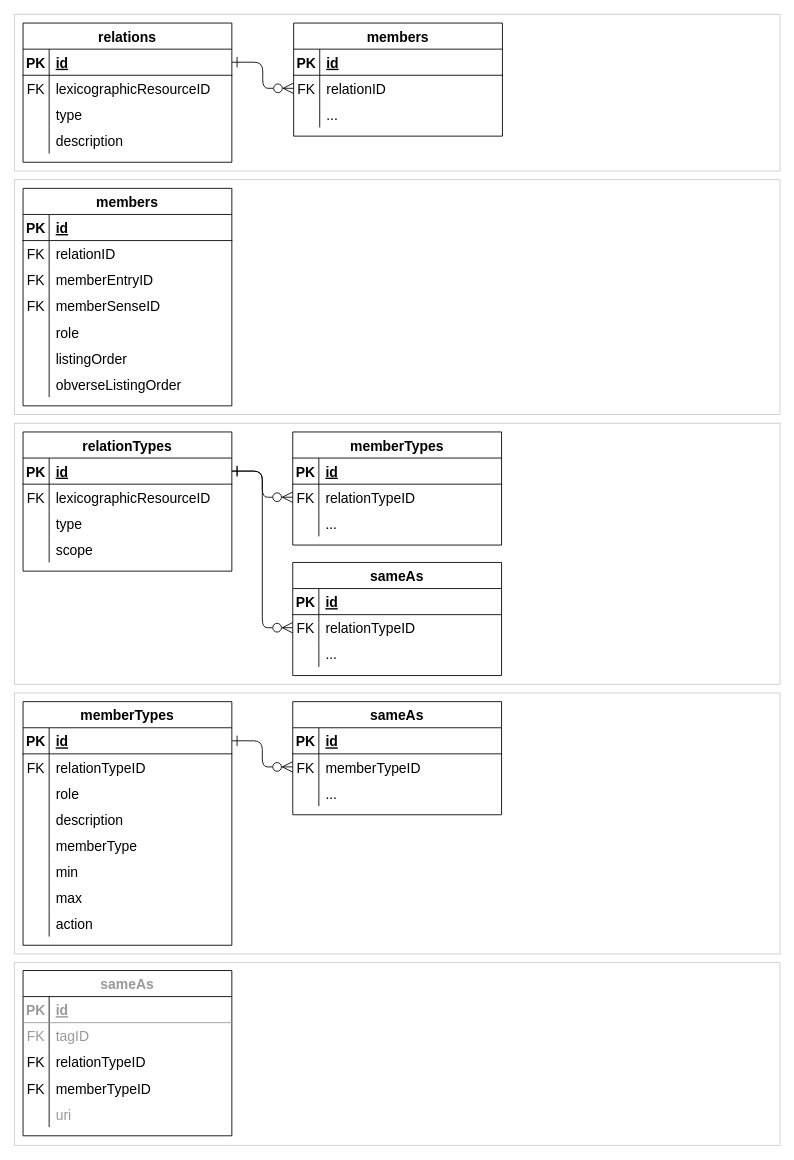
Earlier version of the draw.io diagram dmlex-v1.0/specification/modules/linking/databaseDiagrams/diagrams.drawio (oasis-tcs/lexidma). Source tidied: cells renumbered, new cells numbered last; positions are measured from the earlier drawing's top-left corner, leaving out a move shared by most shapes. Both pictures are drawn from the tidied source at 87%, with x=0, y=0 at pixel (14, 14).
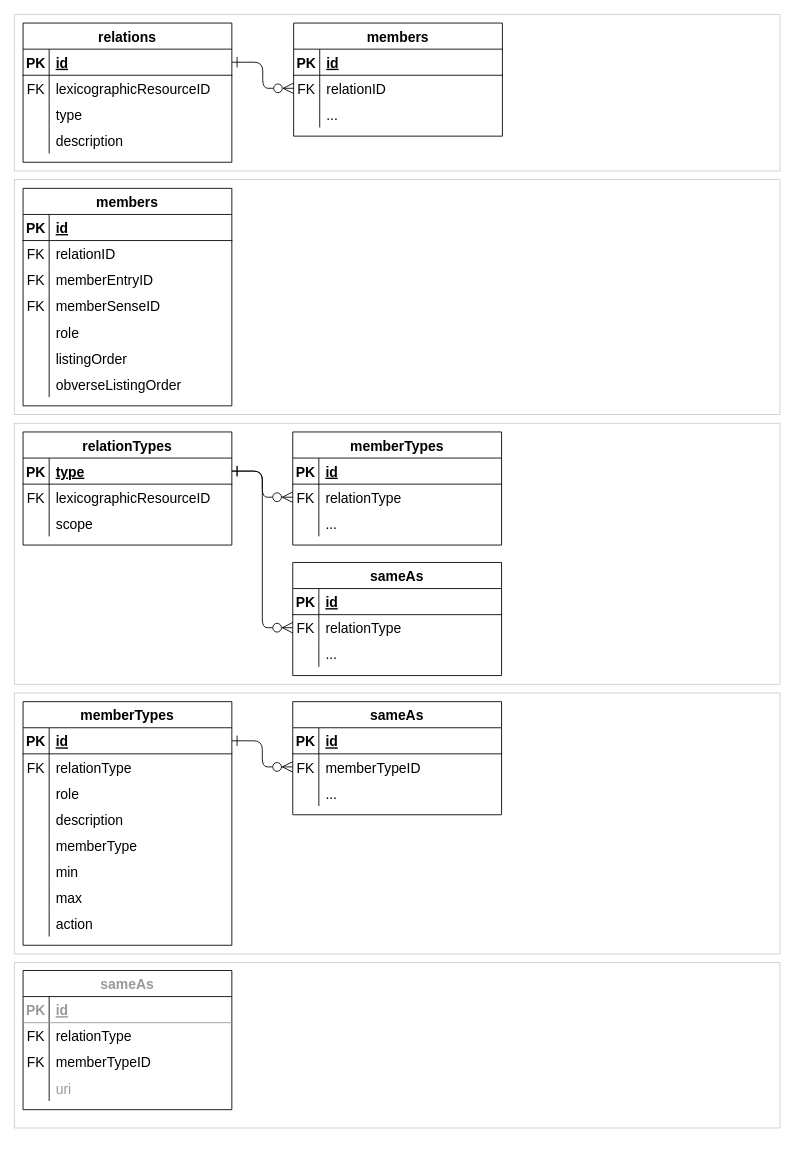
The same page after the edit.

Unchanged cells that the change refers to:
```xml
<mxCell id="53" style="shape=tableRow;horizontal=0;startSize=0;swimlaneHead=0;swimlaneBody=0;fillColor=none;points=[[0,0.5],[1,0.5]];portConstraint=eastwest;top=0;left=0;right=0;bottom=1;fontSize=16;" parent="52" vertex="1">
  <mxGeometry y="30" width="240" height="30" as="geometry" />
</mxCell>
<mxCell id="69" style="shape=tableRow;horizontal=0;startSize=0;swimlaneHead=0;swimlaneBody=0;fillColor=none;points=[[0,0.5],[1,0.5]];portConstraint=eastwest;top=0;left=0;right=0;bottom=0;fontSize=16;" parent="65" vertex="1">
  <mxGeometry y="60" width="240" height="30" as="geometry" />
</mxCell>
<mxCell id="80" style="shape=tableRow;horizontal=0;startSize=0;swimlaneHead=0;swimlaneBody=0;fillColor=none;points=[[0,0.5],[1,0.5]];portConstraint=eastwest;top=0;left=0;right=0;bottom=0;fontSize=16;" parent="76" vertex="1">
  <mxGeometry y="60" width="240" height="30" as="geometry" />
</mxCell>
<mxCell id="91" style="shape=tableRow;horizontal=0;startSize=0;swimlaneHead=0;swimlaneBody=0;fillColor=none;top=0;left=0;right=0;bottom=0;fontSize=16;" parent="87" vertex="1">
  <mxGeometry y="60" width="240" height="30" as="geometry" />
</mxCell>
```

Diff of the diagram source:
```diff
@@
     <mxCell id="52" value="relationTypes" style="shape=table;startSize=30;childLayout=tableLayout;rowLines=0;fontStyle=1;align=center;fontSize=16;" parent="1" vertex="1">
-      <mxGeometry x="10" y="480" width="240" height="160" as="geometry" />
+      <mxGeometry x="10" y="480" width="240" height="130" as="geometry" />
     </mxCell>
@@
-    <mxCell id="55" value="id" style="shape=partialRectangle;fillColor=none;top=0;left=0;bottom=0;right=0;align=left;spacingLeft=6;fontStyle=5;overflow=hidden;fontSize=16;" parent="53" vertex="1">
+    <mxCell id="55" value="type" style="shape=partialRectangle;fillColor=none;top=0;left=0;bottom=0;right=0;align=left;spacingLeft=6;fontStyle=5;overflow=hidden;fontSize=16;" parent="53" vertex="1">
       <mxGeometry x="30" width="210" height="30" as="geometry" />
     </mxCell>
@@
-    <mxCell id="59" style="shape=tableRow;horizontal=0;startSize=0;swimlaneHead=0;swimlaneBody=0;fillColor=none;top=0;left=0;right=0;bottom=0;fontSize=16;" parent="52" vertex="1">
-      <mxGeometry y="90" width="240" height="30" as="geometry" />
-    </mxCell>
-    <mxCell id="60" style="shape=partialRectangle;fillColor=none;top=0;left=0;bottom=0;right=0;overflow=hidden;fontSize=16;" parent="59" vertex="1">
-      <mxGeometry width="30" height="30" as="geometry" />
-    </mxCell>
-    <mxCell id="61" value="type" style="shape=partialRectangle;fillColor=none;top=0;left=0;bottom=0;right=0;align=left;spacingLeft=6;overflow=hidden;fontSize=16;" parent="59" vertex="1">
-      <mxGeometry x="30" width="210" height="30" as="geometry" />
-    </mxCell>
     <mxCell id="62" style="shape=tableRow;horizontal=0;startSize=0;swimlaneHead=0;swimlaneBody=0;fillColor=none;top=0;left=0;right=0;bottom=0;fontSize=16;" parent="52" vertex="1">
-      <mxGeometry y="120" width="240" height="30" as="geometry" />
+      <mxGeometry y="90" width="240" height="30" as="geometry" />
     </mxCell>
@@
-    <mxCell id="71" value="relationTypeID" style="shape=partialRectangle;fillColor=none;top=0;left=0;bottom=0;right=0;align=left;spacingLeft=6;overflow=hidden;fontSize=16;" parent="69" vertex="1">
+    <mxCell id="71" value="relationType" style="shape=partialRectangle;fillColor=none;top=0;left=0;bottom=0;right=0;align=left;spacingLeft=6;overflow=hidden;fontSize=16;" parent="69" vertex="1">
       <mxGeometry x="30" width="210" height="30" as="geometry" />
     </mxCell>
@@
-    <mxCell id="82" value="relationTypeID" style="shape=partialRectangle;fillColor=none;top=0;left=0;bottom=0;right=0;align=left;spacingLeft=6;overflow=hidden;fontSize=16;" parent="80" vertex="1">
+    <mxCell id="82" value="relationType" style="shape=partialRectangle;fillColor=none;top=0;left=0;bottom=0;right=0;align=left;spacingLeft=6;overflow=hidden;fontSize=16;" parent="80" vertex="1">
       <mxGeometry x="30" width="210" height="30" as="geometry" />
     </mxCell>
@@
-    <mxCell id="93" value="relationTypeID" style="shape=partialRectangle;fillColor=none;top=0;left=0;bottom=0;right=0;align=left;spacingLeft=6;overflow=hidden;fontSize=16;" parent="91" vertex="1">
+    <mxCell id="93" value="relationType" style="shape=partialRectangle;fillColor=none;top=0;left=0;bottom=0;right=0;align=left;spacingLeft=6;overflow=hidden;fontSize=16;" parent="91" vertex="1">
       <mxGeometry x="30" width="210" height="30" as="geometry" />
     </mxCell>
@@
     <mxCell id="123" style="rounded=0;whiteSpace=wrap;html=1;strokeColor=#CCCCCC;" parent="1" vertex="1">
-      <mxGeometry y="1090" width="880" height="210" as="geometry" />
+      <mxGeometry y="1090" width="880" height="190" as="geometry" />
     </mxCell>
     <mxCell id="124" value="sameAs" style="shape=table;startSize=30;childLayout=tableLayout;rowLines=0;fontStyle=1;align=center;fontSize=16;fontColor=#999999;" parent="1" vertex="1">
-      <mxGeometry x="10" y="1099" width="240" height="190" as="geometry" />
+      <mxGeometry x="10" y="1099" width="240" height="160" as="geometry" />
     </mxCell>
@@
-    <mxCell id="128" style="shape=tableRow;horizontal=0;startSize=0;swimlaneHead=0;swimlaneBody=0;fillColor=none;top=0;left=0;right=0;bottom=0;fontSize=16;strokeColor=#999999;fontColor=#999999;" parent="124" vertex="1">
-      <mxGeometry y="60" width="240" height="30" as="geometry" />
-    </mxCell>
-    <mxCell id="129" value="FK" style="shape=partialRectangle;fillColor=none;top=0;left=0;bottom=0;right=0;overflow=hidden;fontSize=16;strokeColor=#999999;fontColor=#999999;" parent="128" vertex="1">
-      <mxGeometry width="30" height="30" as="geometry" />
-    </mxCell>
-    <mxCell id="130" value="tagID" style="shape=partialRectangle;fillColor=none;top=0;left=0;bottom=0;right=0;align=left;spacingLeft=6;overflow=hidden;fontSize=16;strokeColor=#999999;fontColor=#999999;" parent="128" vertex="1">
-      <mxGeometry x="30" width="210" height="30" as="geometry" />
-    </mxCell>
     <mxCell id="131" style="shape=tableRow;horizontal=0;startSize=0;swimlaneHead=0;swimlaneBody=0;fillColor=none;top=0;left=0;right=0;bottom=0;fontSize=16;" parent="124" vertex="1">
-      <mxGeometry y="90" width="240" height="30" as="geometry" />
+      <mxGeometry y="60" width="240" height="30" as="geometry" />
     </mxCell>
@@
-    <mxCell id="133" value="relationTypeID" style="shape=partialRectangle;fillColor=none;top=0;left=0;bottom=0;right=0;align=left;spacingLeft=6;overflow=hidden;fontSize=16;" parent="131" vertex="1">
+    <mxCell id="133" value="relationType" style="shape=partialRectangle;fillColor=none;top=0;left=0;bottom=0;right=0;align=left;spacingLeft=6;overflow=hidden;fontSize=16;" parent="131" vertex="1">
       <mxGeometry x="30" width="210" height="30" as="geometry" />
     </mxCell>
     <mxCell id="134" style="shape=tableRow;horizontal=0;startSize=0;swimlaneHead=0;swimlaneBody=0;fillColor=none;top=0;left=0;right=0;bottom=0;fontSize=16;fontColor=#000000;" parent="124" vertex="1">
-      <mxGeometry y="120" width="240" height="30" as="geometry" />
+      <mxGeometry y="90" width="240" height="30" as="geometry" />
     </mxCell>
@@
     <mxCell id="137" style="shape=tableRow;horizontal=0;startSize=0;swimlaneHead=0;swimlaneBody=0;fillColor=none;top=0;left=0;right=0;bottom=0;fontSize=16;strokeColor=#999999;fontColor=#999999;" parent="124" vertex="1">
-      <mxGeometry y="150" width="240" height="30" as="geometry" />
+      <mxGeometry y="120" width="240" height="30" as="geometry" />
     </mxCell>
```
